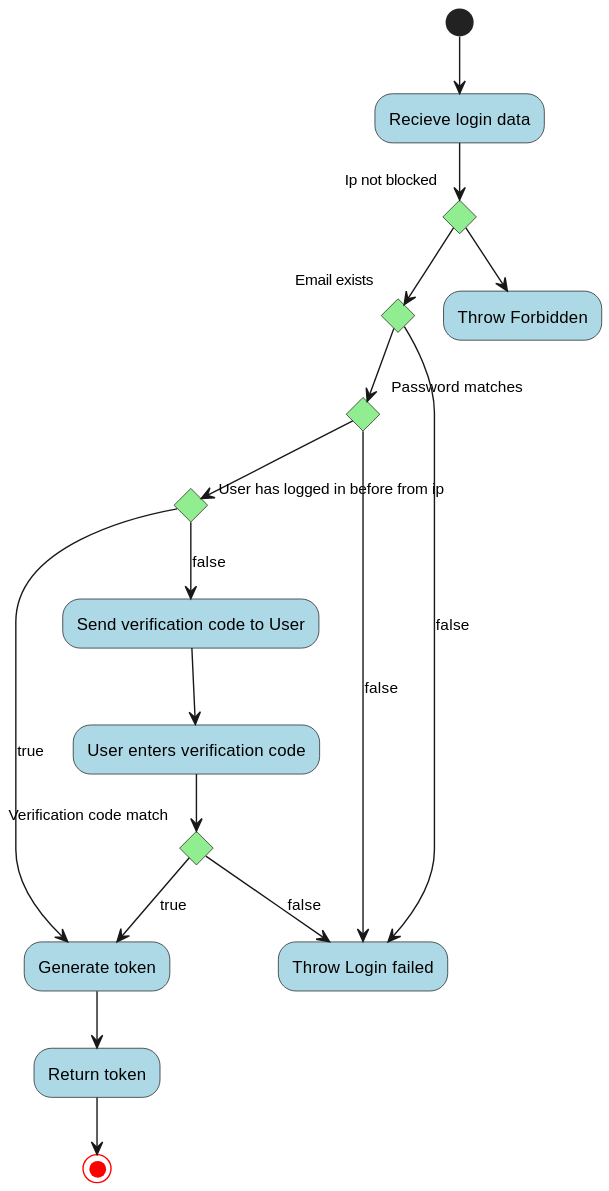
This is Docs/out/FlowCharts/LoginFlowChart/Login Flowchart.svg from blackout1471/trust-us-school, a PlantUML export, as it was before one commit.
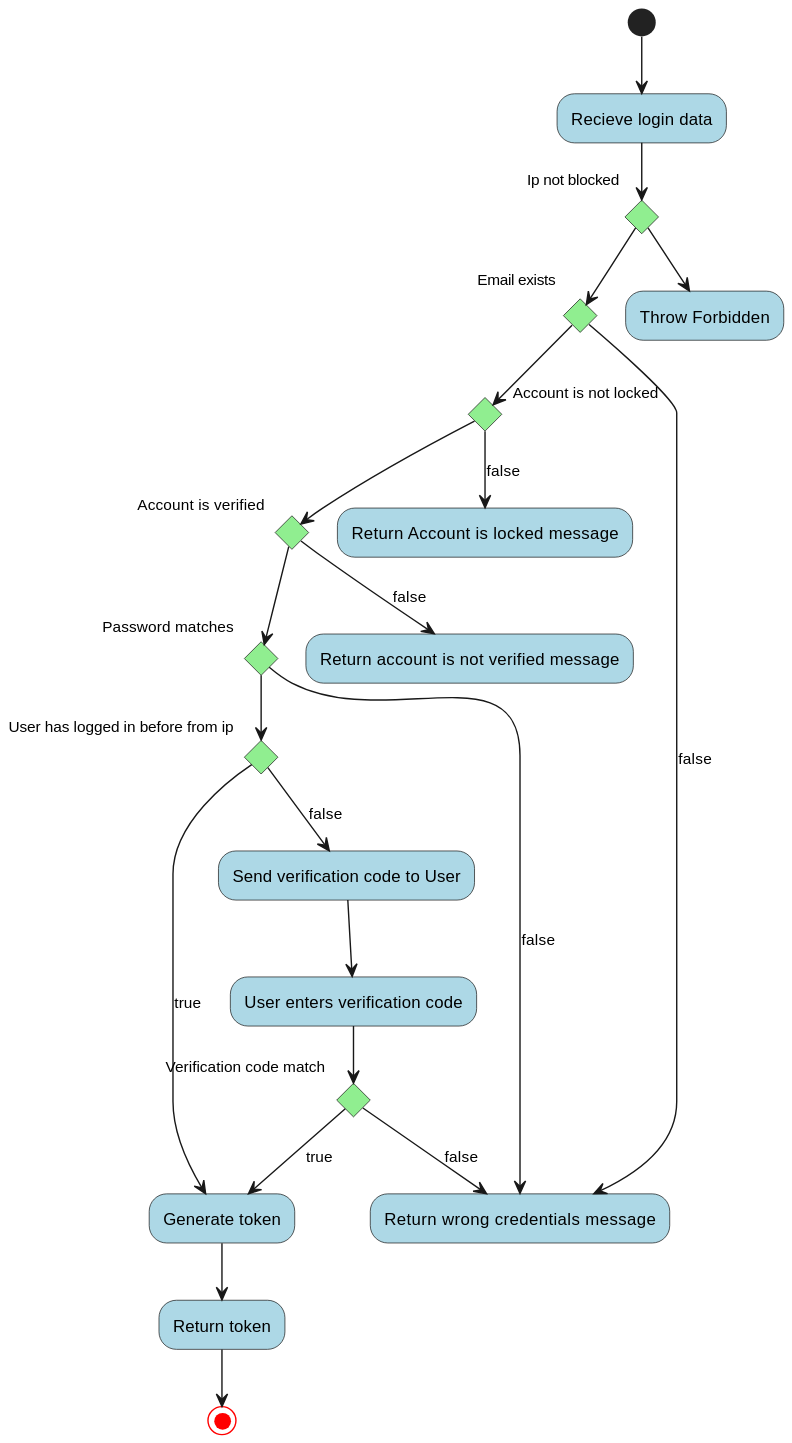
The same file after the commit.

Change to the diagram source:
```diff
@@ -13,25 +13,33 @@
 
 if "Ip not blocked" then
     if "Email exists" then
-        if "Password matches" then
-            if "User has logged in before from ip" then
-                -->[true] "Generate token"
-                --> "Return token"
-                --> (*)
+        if "Account is not locked" then
+            if "Account is verified" then
+                if "Password matches" then
+                    if "User has logged in before from ip" then
+                        -->[true] "Generate token"
+                        --> "Return token"
+                        --> (*)
+                    else
+                        -->[false] Send verification code to User
+                        --> User enters verification code
+                        if "Verification code match" then
+                        -->[true] "Generate token"
+                        else
+                        -->[false] "Return wrong credentials message"
+                        end if
+                    end if
+                else
+                    -->[false] "Return wrong credentials message"
+                end if
             else
-                -->[false] Send verification code to User
-                --> User enters verification code
-                if "Verification code match" then
-                -->[true] "Generate token"
-                else
-                -->[false] "Throw Login failed"
-                end if
+                -->[false] "Return account is not verified message"
             end if
         else
-            -->[false] "Throw Login failed"
+            -->[false] "Return Account is locked message"
         end if
     else
-      -->[false] "Throw Login failed"
+      -->[false] "Return wrong credentials message"
 
     end if
 else
```
